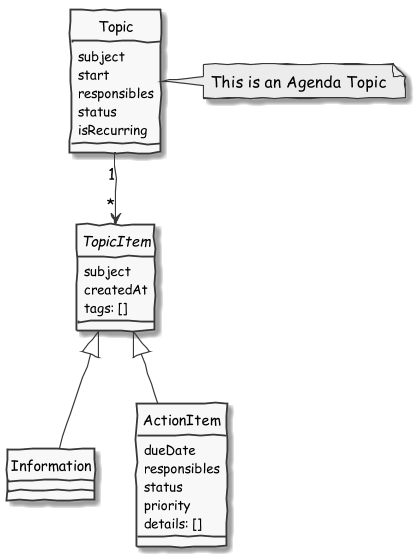
4minitz/4minitz keeps this PlantUML diagram as doc/developer/figures/cls_Topic.png. Above is the earlier version. Source of this version:
```plantuml
@startuml
skinparam handwritten true
skinparam monochrome true
skinparam packageStyle rect
skinparam defaultFontName Comic Sans MS
hide circle

Topic "1" --> "*" TopicItem

TopicItem  <|-- Information
TopicItem  <|-- ActionItem

class Topic {
    subject
    start
    responsibles
    status
    isRecurring
}

abstract class TopicItem {
    subject
    createdAt
    tags: []
}

class Information {
}

class ActionItem {
    dueDate
    responsibles
    status
    priority
    details: []
}


note right of (Topic)
    This is an Agenda Topic
end note


@enduml
```
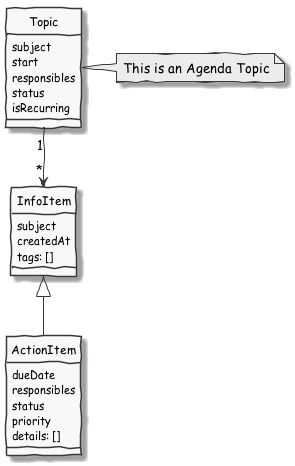
Above is the later version.

Commit message:
Refactoring: ActionItem becomes InfoItem (classes and class diagram updated)

What changed in the source:
```diff
@@ -5,10 +5,9 @@
 skinparam defaultFontName Comic Sans MS
 hide circle
 
-Topic "1" --> "*" TopicItem
+Topic "1" --> "*" InfoItem
 
-TopicItem  <|-- Information
-TopicItem  <|-- ActionItem
+InfoItem  <|-- ActionItem
 
 class Topic {
     subject
@@ -18,13 +17,10 @@
     isRecurring
 }
 
-abstract class TopicItem {
+class InfoItem {
     subject
     createdAt
     tags: []
-}
-
-class Information {
 }
 
 class ActionItem {
```
